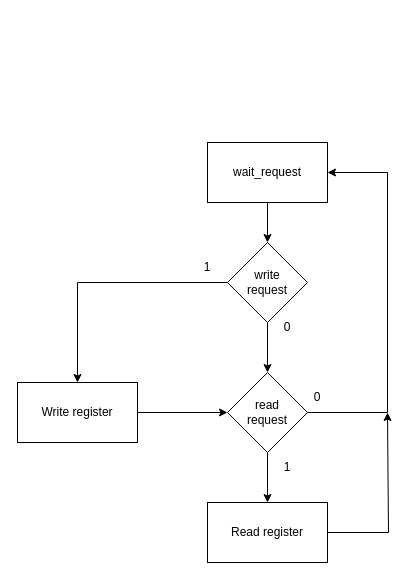
Before: diagrams/register_file.drawio in vittorio01/CustomCPU, a draw.io diagram. Source tidied: cells renumbered, new cells numbered last; positions are measured from the earlier drawing's top-left corner, leaving out a move shared by most shapes. Both pictures are drawn from the tidied source at 100%, with x=0, y=0 at pixel (17, 142).
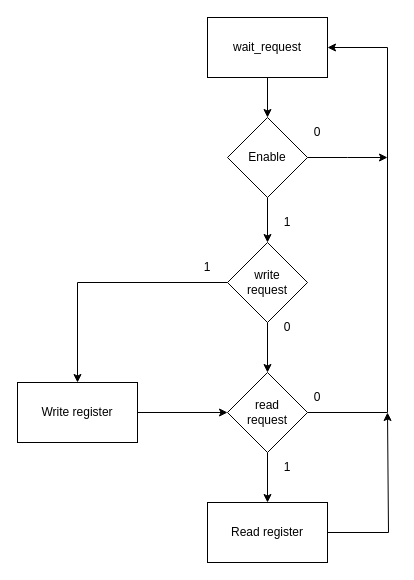
The same diagram, later.

Unchanged cells that the change refers to:
```xml
<mxCell id="6" value="&lt;div&gt;write&lt;/div&gt;&lt;div&gt;request&lt;br&gt;&lt;/div&gt;" style="rhombus;whiteSpace=wrap;html=1;" parent="1" vertex="1">
  <mxGeometry x="210" y="100" width="80" height="80" as="geometry" />
</mxCell>
<mxCell id="11" value="&lt;div&gt;read&lt;/div&gt;&lt;div&gt;request&lt;br&gt;&lt;/div&gt;" style="rhombus;whiteSpace=wrap;html=1;" parent="1" vertex="1">
  <mxGeometry x="210" y="230" width="80" height="80" as="geometry" />
</mxCell>
```

Diff of the diagram source:
```diff
@@
-    <mxCell id="2" style="edgeStyle=orthogonalEdgeStyle;rounded=0;jettySize=auto;html=1;" parent="1" edge="1" source="3" target="6">
-      <mxGeometry relative="1" as="geometry" />
-    </mxCell>
+    <mxCell id="18" style="edgeStyle=orthogonalEdgeStyle;rounded=0;jettySize=auto;html=1;" parent="1" edge="1" source="3" target="21">
+      <mxGeometry relative="1" as="geometry" />
+    </mxCell>
     <mxCell id="3" value="wait_request" style="rounded=0;whiteSpace=wrap;html=1;" parent="1" vertex="1">
-      <mxGeometry x="190" width="120" height="60" as="geometry" />
+      <mxGeometry x="190" y="-125" width="120" height="60" as="geometry" />
     </mxCell>
@@
     <mxCell id="9" style="edgeStyle=orthogonalEdgeStyle;rounded=0;jettySize=auto;html=1;entryX=1;entryY=0.5;entryDx=0;entryDy=0;" parent="1" edge="1" source="11" target="3">
       <mxGeometry relative="1" as="geometry">
         <Array as="points">
           <mxPoint x="370" y="270" />
-          <mxPoint x="370" y="30" />
+          <mxPoint x="370" y="-95" />
         </Array>
       </mxGeometry>
     </mxCell>
@@
+    <mxCell id="19" style="edgeStyle=orthogonalEdgeStyle;rounded=0;jettySize=auto;html=1;entryX=0.5;entryY=0;entryDx=0;entryDy=0;" parent="1" edge="1" source="21" target="6">
+      <mxGeometry relative="1" as="geometry" />
+    </mxCell>
+    <mxCell id="20" style="edgeStyle=orthogonalEdgeStyle;rounded=0;jettySize=auto;html=1;" parent="1" edge="1" source="21">
+      <mxGeometry relative="1" as="geometry">
+        <mxPoint x="370" y="15" as="targetPoint" />
+      </mxGeometry>
+    </mxCell>
+    <mxCell id="21" value="Enable" style="rhombus;whiteSpace=wrap;html=1;" parent="1" vertex="1">
+      <mxGeometry x="210" y="-25" width="80" height="80" as="geometry" />
+    </mxCell>
+    <mxCell id="22" value="1" style="text;html=1;strokeColor=none;fillColor=none;align=center;verticalAlign=middle;whiteSpace=wrap;rounded=0;" parent="1" vertex="1">
+      <mxGeometry x="260" y="65" width="20" height="30" as="geometry" />
+    </mxCell>
+    <mxCell id="23" value="0" style="text;html=1;strokeColor=none;fillColor=none;align=center;verticalAlign=middle;whiteSpace=wrap;rounded=0;" parent="1" vertex="1">
+      <mxGeometry x="290" y="-25" width="20" height="30" as="geometry" />
+    </mxCell>
```
